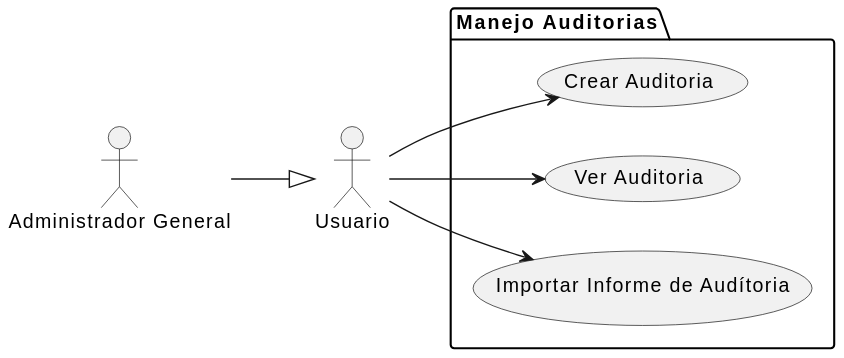
The PlantUML diagram docs/casosDeUso/diagramaCasosDeUso/manejoAuditoria/manejoAuditoria.svg in mmasias/24-25-IdSw1-SDR, before a commit.
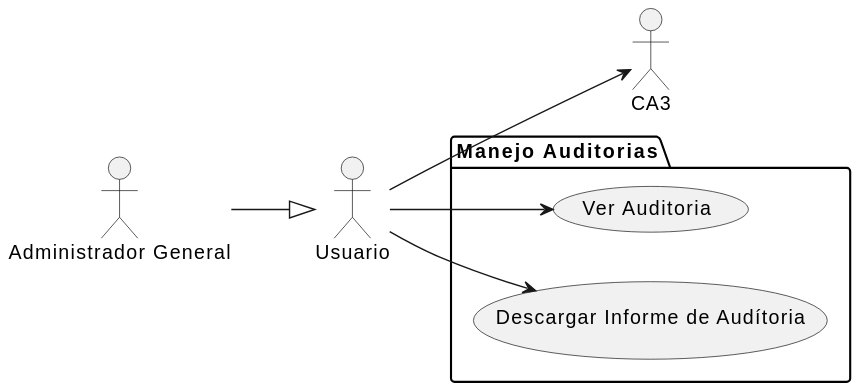
The same file after the commit.

Commit message:
fix: actualizar diagrama de manejo de auditoría y modificar casos de uso

What changed in the source:
```diff
@@ -4,9 +4,8 @@
 actor "Administrador General" as AdminGeneral
 
 package "Manejo Auditorias" {
-    usecase "Crear Auditoria" as CA1
-    usecase "Ver Auditoria" as CA2
-    usecase "Importar Informe de Audítoria" as CA3
+    usecase "Ver Auditoria" as CA1
+    usecase "Descargar Informe de Audítoria" as CA2
 }
 
 AdminGeneral --|> Usuario
```
